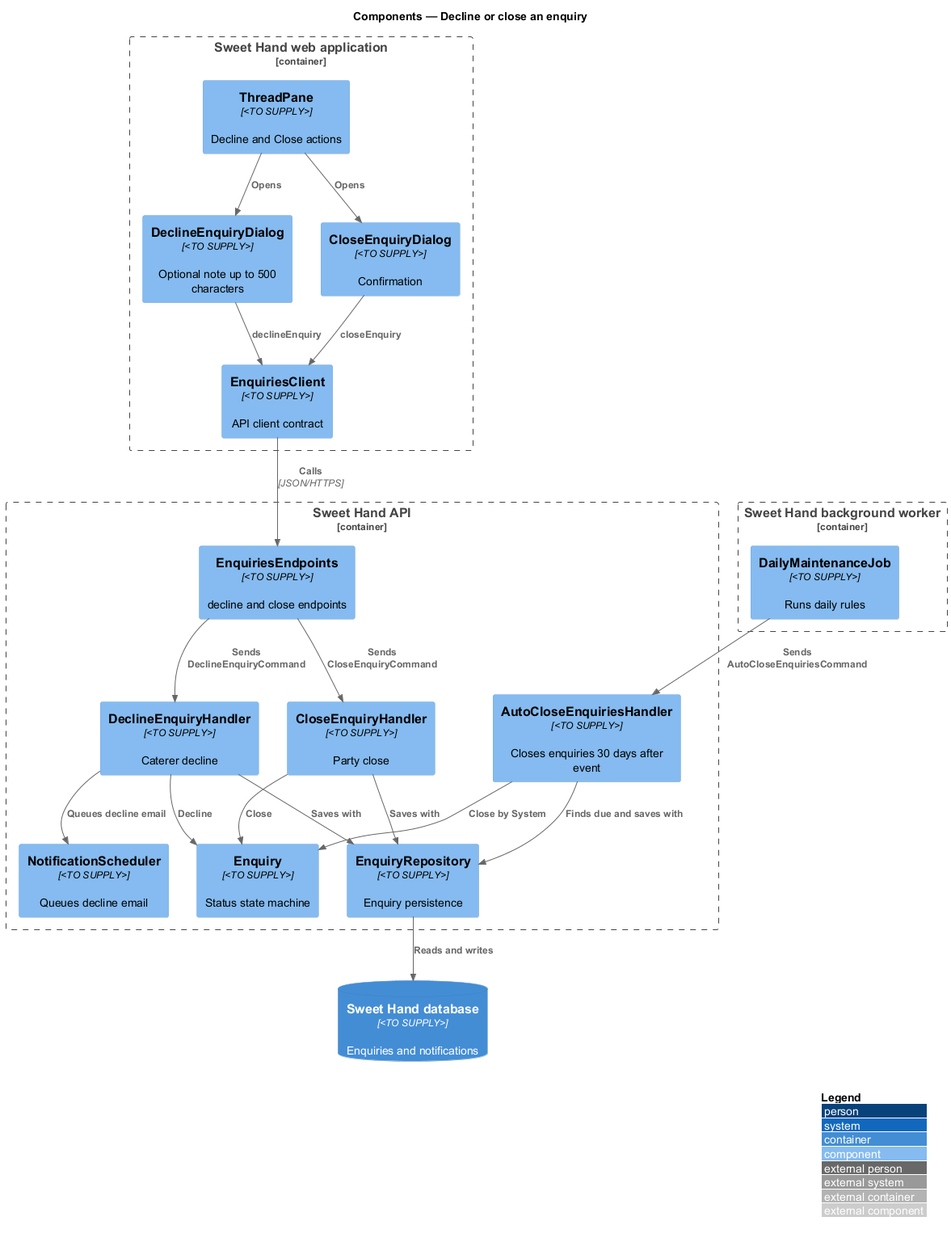
QuinntyneBrown/sweet-hand keeps this PlantUML diagram as docs/detailed-designs/enquiries/decline-or-close-enquiry/diagrams/c4-component.png. Above is the earlier version.
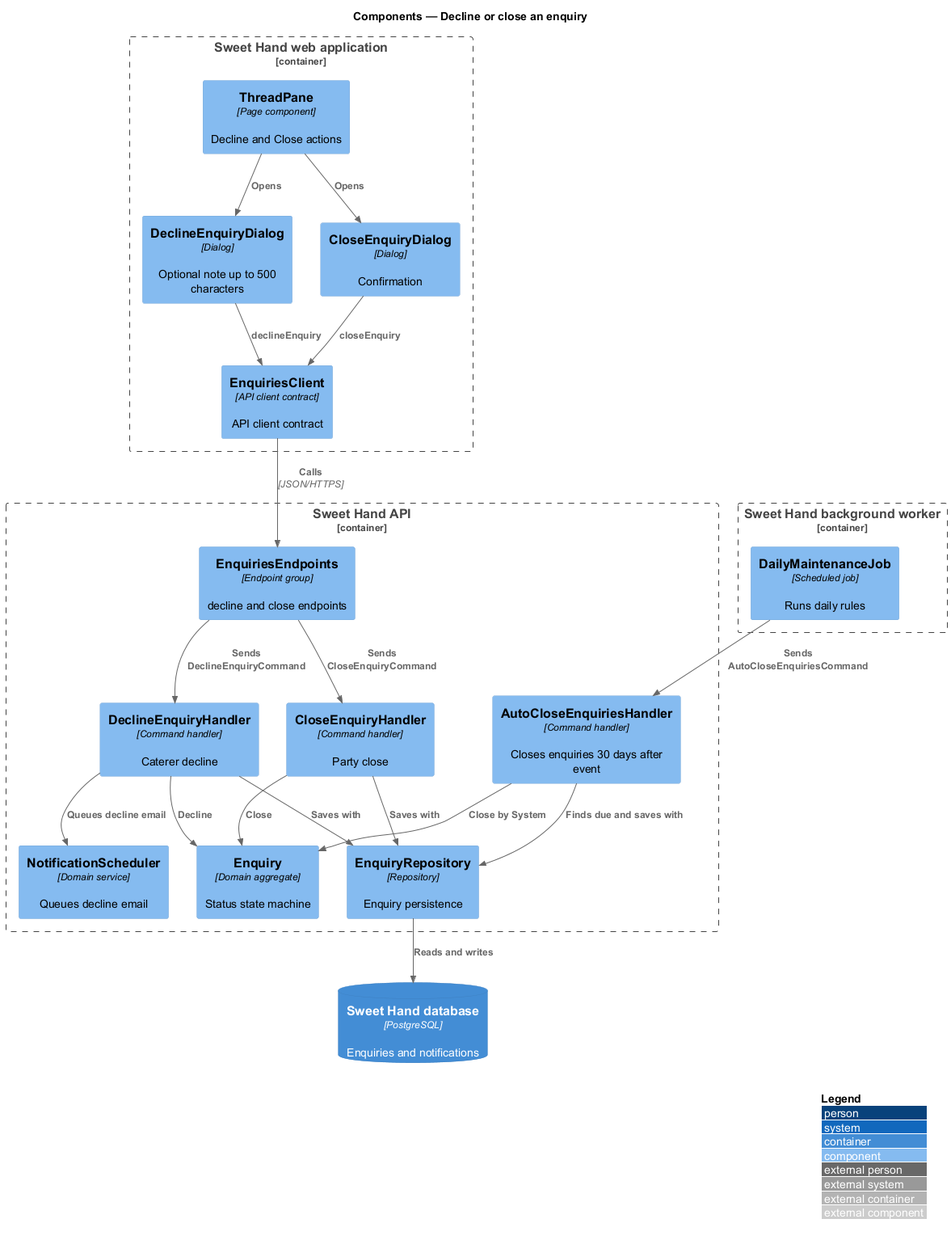
After the change.

Change to the diagram source:
```diff
@@ -4,24 +4,24 @@
 title Components — Decline or close an enquiry
 
 Container_Boundary(web, "Sweet Hand web application") {
-  Component(pane, "ThreadPane", "<TO SUPPLY>", "Decline and Close actions")
-  Component(decl, "DeclineEnquiryDialog", "<TO SUPPLY>", "Optional note up to 500 characters")
-  Component(close, "CloseEnquiryDialog", "<TO SUPPLY>", "Confirmation")
-  Component(client, "EnquiriesClient", "<TO SUPPLY>", "API client contract")
+  Component(pane, "ThreadPane", "Page component", "Decline and Close actions")
+  Component(decl, "DeclineEnquiryDialog", "Dialog", "Optional note up to 500 characters")
+  Component(close, "CloseEnquiryDialog", "Dialog", "Confirmation")
+  Component(client, "EnquiriesClient", "API client contract", "API client contract")
 }
 Container_Boundary(api, "Sweet Hand API") {
-  Component(ep, "EnquiriesEndpoints", "<TO SUPPLY>", "decline and close endpoints")
-  Component(dh, "DeclineEnquiryHandler", "<TO SUPPLY>", "Caterer decline")
-  Component(ch, "CloseEnquiryHandler", "<TO SUPPLY>", "Party close")
-  Component(ah, "AutoCloseEnquiriesHandler", "<TO SUPPLY>", "Closes enquiries 30 days after event")
-  Component(agg, "Enquiry", "<TO SUPPLY>", "Status state machine")
-  Component(sched, "NotificationScheduler", "<TO SUPPLY>", "Queues decline email")
-  Component(repo, "EnquiryRepository", "<TO SUPPLY>", "Enquiry persistence")
+  Component(ep, "EnquiriesEndpoints", "Endpoint group", "decline and close endpoints")
+  Component(dh, "DeclineEnquiryHandler", "Command handler", "Caterer decline")
+  Component(ch, "CloseEnquiryHandler", "Command handler", "Party close")
+  Component(ah, "AutoCloseEnquiriesHandler", "Command handler", "Closes enquiries 30 days after event")
+  Component(agg, "Enquiry", "Domain aggregate", "Status state machine")
+  Component(sched, "NotificationScheduler", "Domain service", "Queues decline email")
+  Component(repo, "EnquiryRepository", "Repository", "Enquiry persistence")
 }
 Container_Boundary(worker, "Sweet Hand background worker") {
-  Component(job, "DailyMaintenanceJob", "<TO SUPPLY>", "Runs daily rules")
+  Component(job, "DailyMaintenanceJob", "Scheduled job", "Runs daily rules")
 }
-ContainerDb(db, "Sweet Hand database", "<TO SUPPLY>", "Enquiries and notifications")
+ContainerDb(db, "Sweet Hand database", "PostgreSQL", "Enquiries and notifications")
 
 Rel(pane, decl, "Opens")
 Rel(pane, close, "Opens")
```
